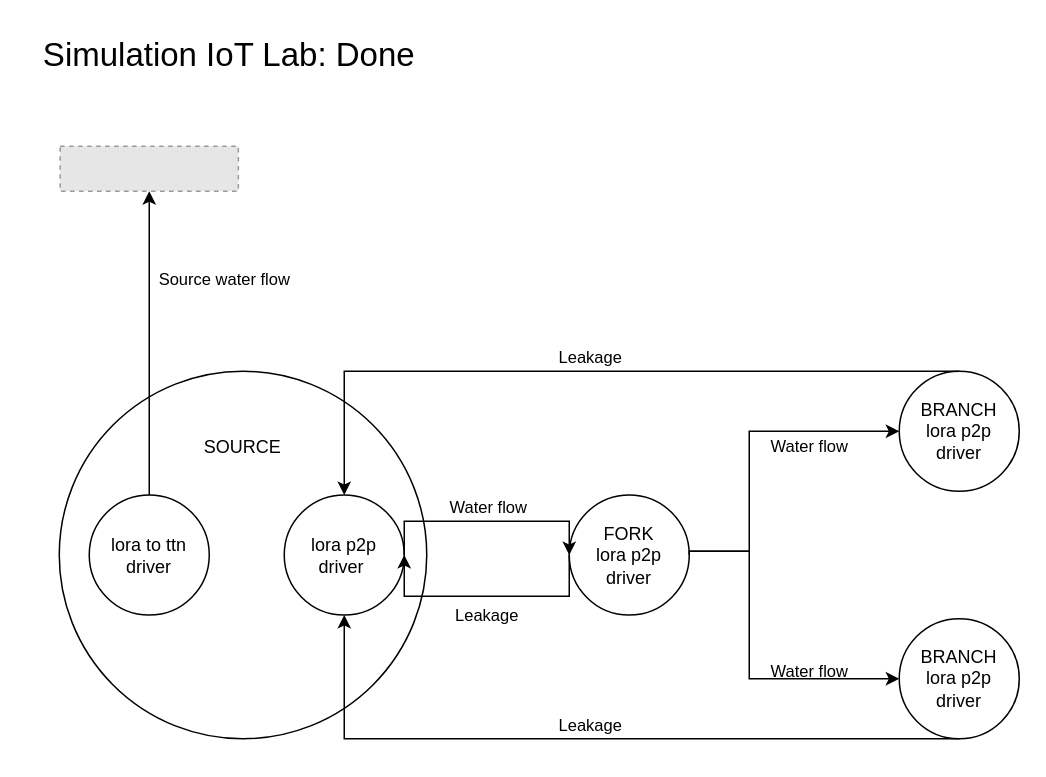
Earlier version of the draw.io diagram page "Page-1" (1 of 5) of draw.io-projects/Simulation.drawio (simonescaccia/IoTProject). Source tidied: cells renumbered, new cells numbered last; positions are measured from the earlier drawing's top-left corner, leaving out a move shared by most shapes. Both pictures are drawn from the tidied source at 150%, with x=0, y=0 at pixel (26, 26). Pictures stored in the file or linked from it are replaced by grey dashed boxes.
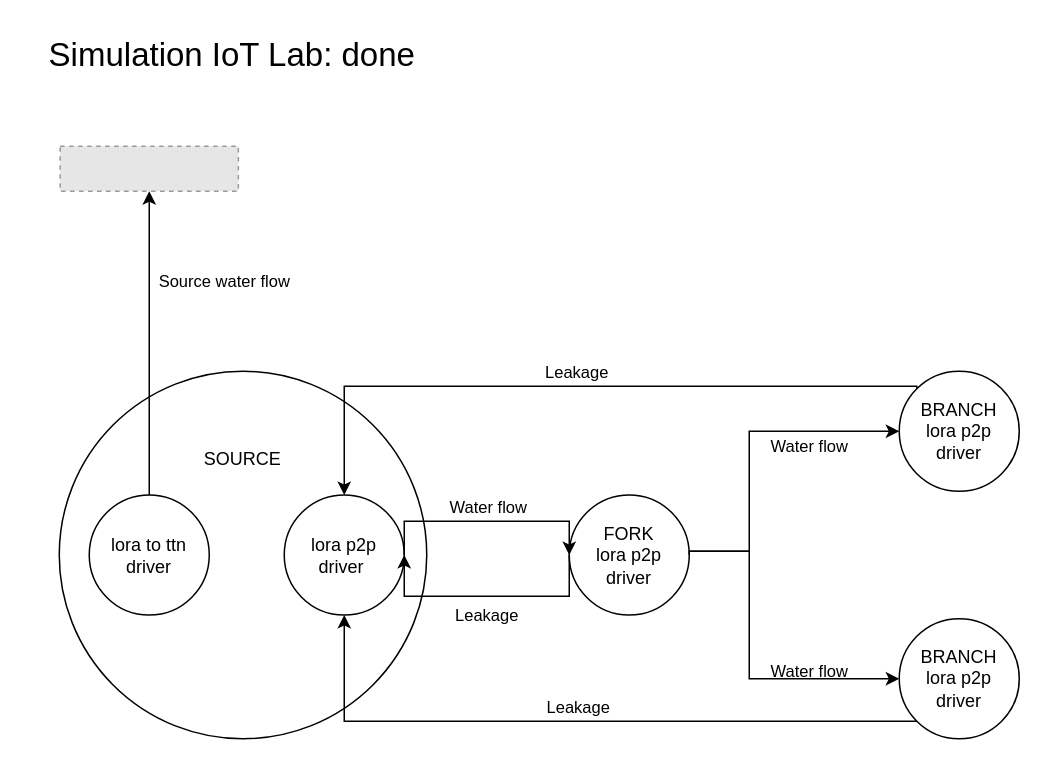
The same page after the edit.

Commit message (it also covers changes not shown here):
Update simulation paragraph in Design.md

Unchanged cells that the change refers to:
```xml
<mxCell id="3" value="lora to ttn&lt;br&gt;driver" style="ellipse;whiteSpace=wrap;html=1;fillColor=none;strokeColor=#000000;fontColor=#000000;" parent="1" vertex="1">
  <mxGeometry x="42" y="312.5" width="80" height="80" as="geometry" />
</mxCell>
<mxCell id="4" value="lora p2p&lt;br&gt;driver&amp;nbsp;" style="ellipse;whiteSpace=wrap;html=1;strokeColor=#000000;fontColor=#000000;fillColor=none;" parent="1" vertex="1">
  <mxGeometry x="172" y="312.5" width="80" height="80" as="geometry" />
</mxCell>
<mxCell id="7" value="BRANCH&lt;br&gt;lora p2p&lt;br&gt;driver" style="ellipse;whiteSpace=wrap;html=1;fontColor=#000000;strokeColor=#000000;fillColor=none;" parent="1" vertex="1">
  <mxGeometry x="582" y="230" width="80" height="80" as="geometry" />
</mxCell>
<mxCell id="8" value="BRANCH&lt;br&gt;lora p2p&lt;br&gt;driver" style="ellipse;whiteSpace=wrap;html=1;strokeColor=#000000;fontColor=#000000;fillColor=none;" parent="1" vertex="1">
  <mxGeometry x="582" y="395" width="80" height="80" as="geometry" />
</mxCell>
<mxCell id="15" style="fillColor=#E6E6E6;strokeColor=#999999;dashed=1;verticalLabelPosition=bottom;labelBackgroundColor=default;verticalAlign=top;" parent="1" vertex="1">
  <mxGeometry x="22.6" y="80" width="118.8" height="30" as="geometry" />
</mxCell>
```

Change to the diagram source:
```diff
@@
-    <mxCell id="2" value="SOURCE&lt;br&gt;&lt;br&gt;&lt;br&gt;&lt;br&gt;&lt;br&gt;&lt;br&gt;&lt;br&gt;&lt;br&gt;&lt;br&gt;&lt;br&gt;&lt;br&gt;" style="ellipse;whiteSpace=wrap;html=1;fillColor=none;strokeColor=#000000;" parent="1" vertex="1">
+    <mxCell id="2" value="&lt;font color=&quot;#000000&quot;&gt;SOURCE&lt;br&gt;&lt;br&gt;&lt;br&gt;&lt;br&gt;&lt;br&gt;&lt;br&gt;&lt;br&gt;&lt;br&gt;&lt;br&gt;&lt;br&gt;&lt;/font&gt;" style="ellipse;whiteSpace=wrap;html=1;fillColor=none;strokeColor=#000000;" parent="1" vertex="1">
       <mxGeometry x="22" y="230" width="245" height="245" as="geometry" />
     </mxCell>
@@
-    <mxCell id="6" value="&lt;font style=&quot;font-size: 22px;&quot;&gt;Simulation IoT Lab: Done&lt;/font&gt;" style="text;html=1;align=center;verticalAlign=middle;strokeColor=none;fillColor=none;strokeWidth=3;fontColor=#000000;" parent="1" vertex="1">
-      <mxGeometry x="-0.5" width="270" height="40" as="geometry" />
+    <mxCell id="6" value="&lt;font style=&quot;font-size: 22px;&quot;&gt;Simulation IoT Lab: done&lt;/font&gt;" style="text;html=1;align=center;verticalAlign=middle;strokeColor=none;fillColor=none;strokeWidth=3;fontColor=#000000;" parent="1" vertex="1">
+      <mxGeometry x="2" width="270" height="40" as="geometry" />
     </mxCell>
@@
-    <mxCell id="13" value="Leakage" style="endArrow=classic;html=1;rounded=0;exitX=0.5;exitY=1;exitDx=0;exitDy=0;entryX=0.5;entryY=1;entryDx=0;entryDy=0;verticalAlign=bottom;edgeStyle=orthogonalEdgeStyle;strokeColor=#000000;labelBackgroundColor=none;fontColor=#000000;" parent="1" edge="1" source="8" target="4">
+    <mxCell id="13" value="Leakage" style="endArrow=classic;html=1;rounded=0;exitX=0;exitY=1;exitDx=0;exitDy=0;entryX=0.5;entryY=1;entryDx=0;entryDy=0;verticalAlign=bottom;edgeStyle=orthogonalEdgeStyle;strokeColor=#000000;labelBackgroundColor=none;fontColor=#000000;" parent="1" edge="1" source="8" target="4">
       <mxGeometry relative="1" as="geometry">
         <Array as="points">
-          <mxPoint x="212" y="475" />
+          <mxPoint x="212" y="463" />
         </Array>
       </mxGeometry>
     </mxCell>
-    <mxCell id="14" value="Leakage" style="endArrow=classic;html=1;rounded=0;exitX=0.5;exitY=0;exitDx=0;exitDy=0;entryX=0.5;entryY=0;entryDx=0;entryDy=0;verticalAlign=bottom;edgeStyle=orthogonalEdgeStyle;strokeColor=#000000;labelBackgroundColor=none;fontColor=#000000;" parent="1" edge="1" source="7" target="4">
+    <mxCell id="14" value="Leakage" style="endArrow=classic;html=1;rounded=0;exitX=0;exitY=0;exitDx=0;exitDy=0;entryX=0.5;entryY=0;entryDx=0;entryDy=0;verticalAlign=bottom;edgeStyle=orthogonalEdgeStyle;strokeColor=#000000;labelBackgroundColor=none;fontColor=#000000;" parent="1" edge="1" source="7" target="4">
       <mxGeometry relative="1" as="geometry">
         <Array as="points">
-          <mxPoint x="212" y="230" />
+          <mxPoint x="594" y="240" />
+          <mxPoint x="212" y="240" />
         </Array>
       </mxGeometry>
     </mxCell>
@@
     <mxCell id="16" value="Source water flow" style="endArrow=classic;html=1;rounded=0;exitX=0.5;exitY=0;exitDx=0;exitDy=0;entryX=0.5;entryY=1;entryDx=0;entryDy=0;labelBackgroundColor=none;fontColor=#000000;strokeColor=#000000;" parent="1" edge="1" source="3" target="15">
-      <mxGeometry x="0.41" y="-50" relative="1" as="geometry">
-        <mxPoint y="-1" as="offset" />
-      </mxGeometry>
+      <mxGeometry x="0.41" y="-50" relative="1" as="geometry" />
     </mxCell>
```
